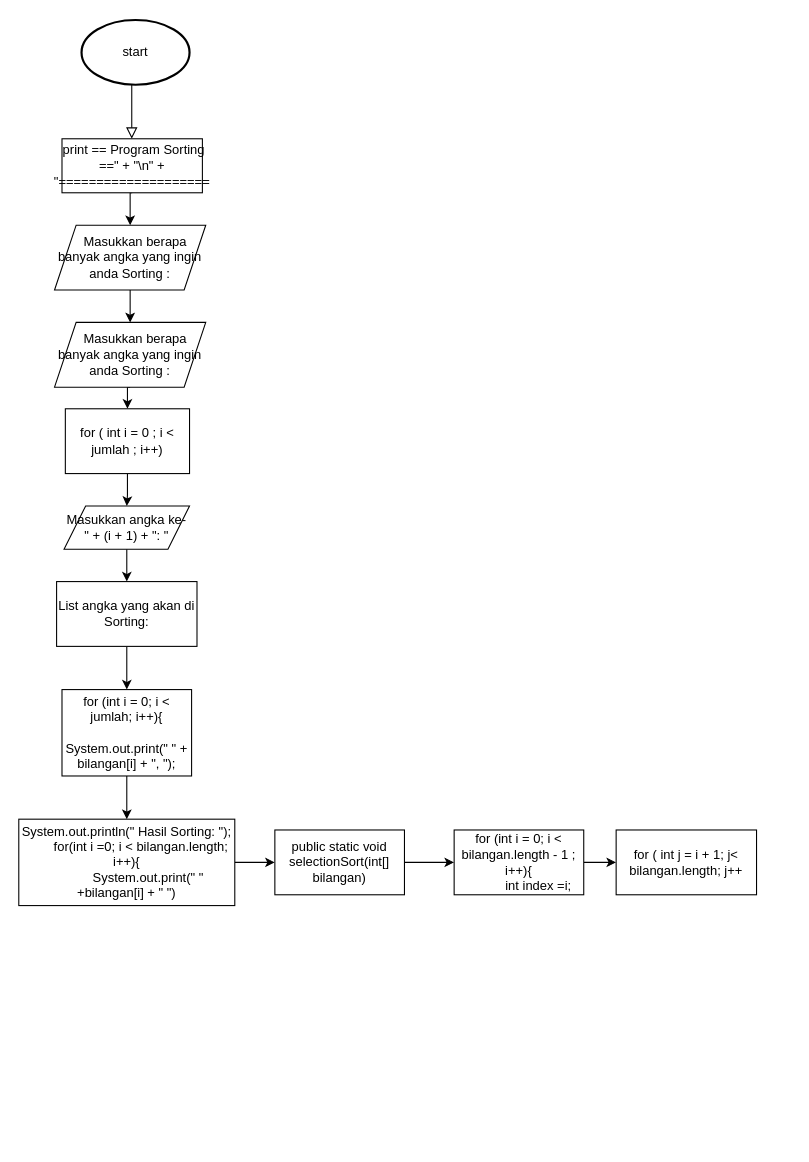
Above: Flowchartnya.drawio in calvinhaviandy/Selection-Sort (draw.io), before the change. Source tidied: cells renumbered, new cells numbered last; positions are measured from the earlier drawing's top-left corner, leaving out a move shared by most shapes. Both pictures are drawn from the tidied source at 108%, with x=0, y=0 at pixel (18, 19).
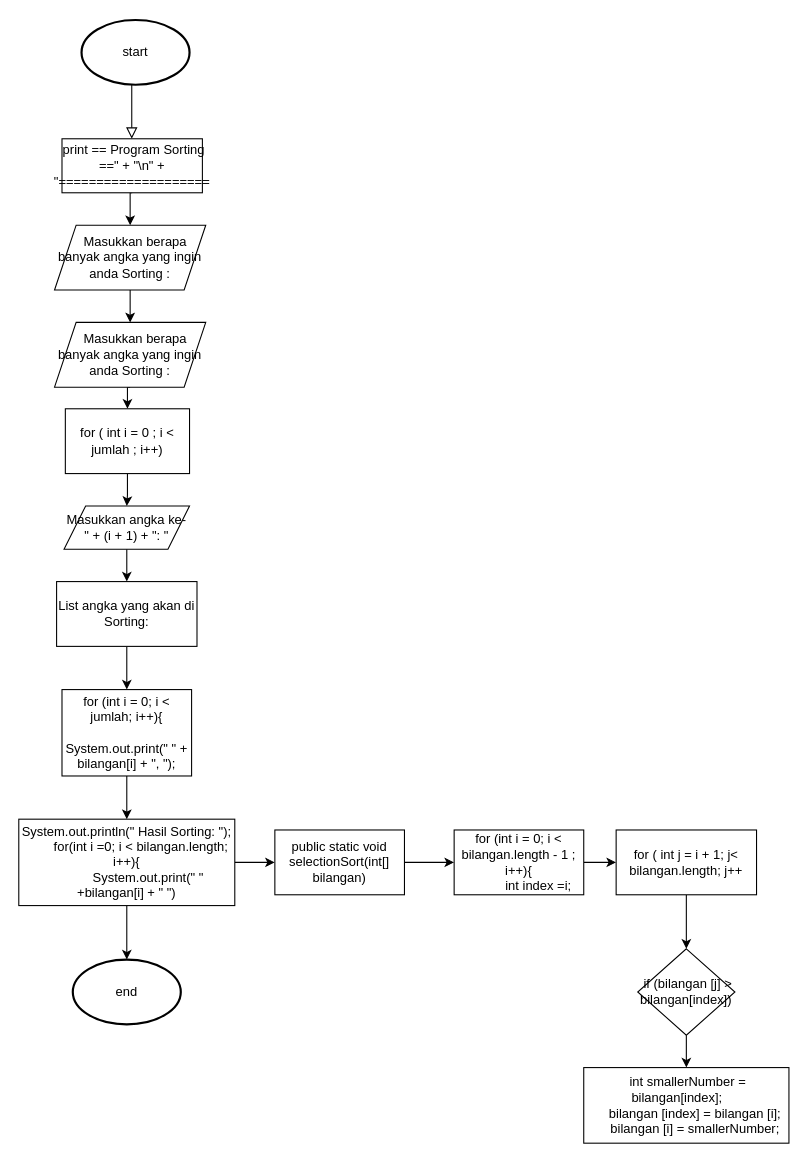
After the change.

Unchanged cells that the change refers to:
```xml
<mxCell id="19" value="&lt;div&gt;System.out.println(&quot; Hasil Sorting: &quot;);&lt;/div&gt;&lt;div&gt;&amp;nbsp; &amp;nbsp; &amp;nbsp; &amp;nbsp; for(int i =0; i &amp;lt; bilangan.length; i++){&lt;/div&gt;&lt;div&gt;&amp;nbsp; &amp;nbsp; &amp;nbsp; &amp;nbsp; &amp;nbsp; &amp;nbsp; System.out.print(&quot; &quot; +bilangan[i] + &quot; &quot;)&lt;/div&gt;" style="whiteSpace=wrap;html=1;rounded=0;" parent="1" vertex="1">
  <mxGeometry x="-0.1" y="740" width="200" height="80" as="geometry" />
</mxCell>
<mxCell id="24" value="for ( int j = i + 1; j&amp;lt; bilangan.length; j++" style="whiteSpace=wrap;html=1;rounded=0;" parent="1" vertex="1">
  <mxGeometry x="553" y="750" width="130" height="60" as="geometry" />
</mxCell>
```

What changed in the source:
```diff
@@
+    <mxCell id="25" style="edgeStyle=orthogonalEdgeStyle;rounded=0;jettySize=auto;html=1;exitX=0.5;exitY=1;exitDx=0;exitDy=0;entryX=0.5;entryY=0;entryDx=0;entryDy=0;entryPerimeter=0;" parent="1" edge="1" source="19" target="30">
+      <mxGeometry relative="1" as="geometry" />
+    </mxCell>
@@
+    <mxCell id="26" style="edgeStyle=orthogonalEdgeStyle;rounded=0;jettySize=auto;html=1;" parent="1" edge="1" source="24" target="28">
+      <mxGeometry relative="1" as="geometry" />
+    </mxCell>
@@
+    <mxCell id="27" style="edgeStyle=orthogonalEdgeStyle;rounded=0;jettySize=auto;html=1;" parent="1" edge="1" source="28" target="29">
+      <mxGeometry relative="1" as="geometry" />
+    </mxCell>
+    <mxCell id="28" value="&amp;nbsp;if (bilangan [j] &amp;gt; bilangan[index])" style="rhombus;whiteSpace=wrap;html=1;rounded=0;" parent="1" vertex="1">
+      <mxGeometry x="573" y="860" width="90" height="80" as="geometry" />
+    </mxCell>
+    <mxCell id="29" value="&lt;div&gt;&amp;nbsp;int smallerNumber = bilangan[index];&amp;nbsp; &amp;nbsp; &amp;nbsp;&lt;/div&gt;&lt;div&gt;&amp;nbsp; &amp;nbsp; &amp;nbsp;bilangan [index] = bilangan [i];&lt;/div&gt;&lt;div&gt;&amp;nbsp; &amp;nbsp; &amp;nbsp; bilangan [i] = smallerNumber;&amp;nbsp;&lt;/div&gt;" style="whiteSpace=wrap;html=1;rounded=0;" parent="1" vertex="1">
+      <mxGeometry x="523" y="970" width="190" height="70" as="geometry" />
+    </mxCell>
+    <mxCell id="30" value="end" style="strokeWidth=2;html=1;shape=mxgraph.flowchart.start_1;whiteSpace=wrap;" parent="1" vertex="1">
+      <mxGeometry x="49.9" y="870" width="100" height="60" as="geometry" />
+    </mxCell>
```
